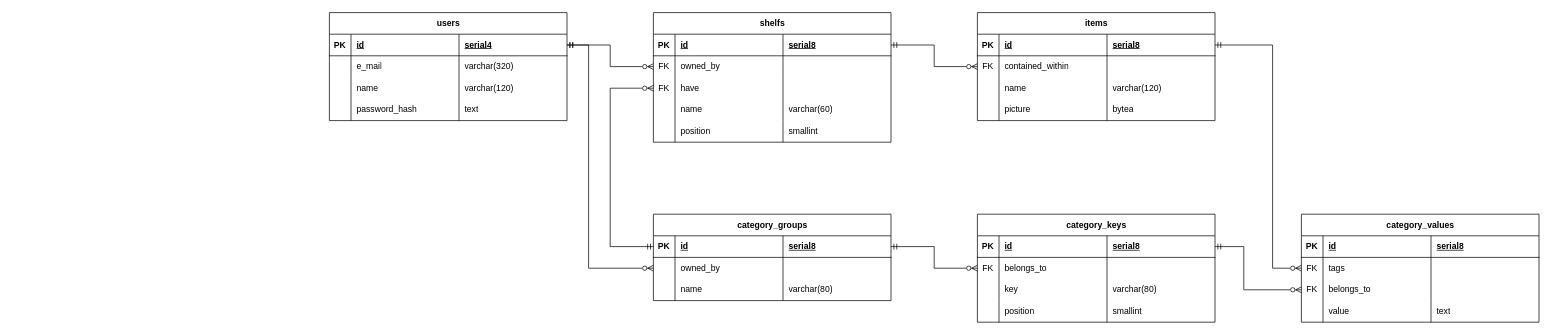
Vulpes0Zerda/archive-wizard-backend keeps this draw.io diagram as docs/infra/TabularERD.drawio. Above is the earlier version. Source tidied: cells renumbered, new cells numbered last; positions are measured from the earlier drawing's top-left corner, leaving out a move shared by most shapes. Both pictures are drawn from the tidied source at 72%, with x=0, y=0 at pixel (329, 12).
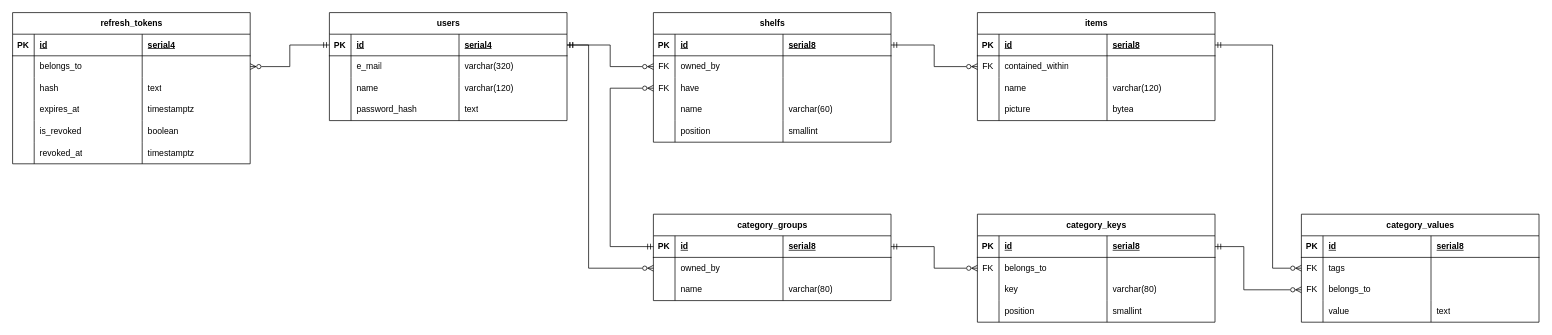
The same diagram, later.

Commit message:
changed tabular erd to incorporate auth refresh tokens

Unchanged cells that the change refers to:
```xml
<mxCell id="3" style="shape=tableRow;horizontal=0;startSize=0;swimlaneHead=0;swimlaneBody=0;fillColor=none;points=[[0,0.5],[1,0.5]];portConstraint=eastwest;top=0;left=0;right=0;bottom=1;" parent="2" vertex="1">
  <mxGeometry y="30" width="330" height="30" as="geometry" />
</mxCell>
```

What changed in the source:
```diff
@@
+    <mxCell id="111" value="refresh_tokens" style="shape=table;startSize=30;childLayout=tableLayout;rowLines=0;fontStyle=1;align=center;html=1;" parent="1" vertex="1">
+      <mxGeometry x="-440" width="330" height="210" as="geometry" />
+    </mxCell>
+    <mxCell id="112" style="shape=tableRow;horizontal=0;startSize=0;swimlaneHead=0;swimlaneBody=0;fillColor=none;top=0;left=0;right=0;bottom=1;" parent="111" vertex="1">
+      <mxGeometry y="30" width="330" height="30" as="geometry" />
+    </mxCell>
+    <mxCell id="113" value="PK" style="shape=partialRectangle;fillColor=none;top=0;left=0;bottom=0;right=0;fontStyle=1;overflow=hidden;whiteSpace=wrap;html=1;" parent="112" vertex="1">
+      <mxGeometry width="30" height="30" as="geometry" />
+    </mxCell>
+    <mxCell id="114" value="id" style="shape=partialRectangle;fillColor=none;top=0;left=0;bottom=0;right=0;align=left;spacingLeft=6;fontStyle=5;overflow=hidden;whiteSpace=wrap;html=1;" parent="112" vertex="1">
+      <mxGeometry x="30" width="150" height="30" as="geometry" />
+    </mxCell>
+    <mxCell id="115" value="serial4" style="shape=partialRectangle;fillColor=none;top=0;left=0;bottom=0;right=0;align=left;spacingLeft=6;fontStyle=5;overflow=hidden;whiteSpace=wrap;html=1;" parent="112" vertex="1">
+      <mxGeometry x="180" width="150" height="30" as="geometry" />
+    </mxCell>
+    <mxCell id="116" style="shape=tableRow;horizontal=0;startSize=0;swimlaneHead=0;swimlaneBody=0;fillColor=none;points=[[0,0.5],[1,0.5]];portConstraint=eastwest;top=0;left=0;right=0;bottom=0;" parent="111" vertex="1">
+      <mxGeometry y="60" width="330" height="30" as="geometry" />
+    </mxCell>
+    <mxCell id="117" style="shape=partialRectangle;fillColor=none;top=0;left=0;bottom=0;right=0;overflow=hidden;whiteSpace=wrap;html=1;" parent="116" vertex="1">
+      <mxGeometry width="30" height="30" as="geometry" />
+    </mxCell>
+    <mxCell id="118" value="belongs_to" style="shape=partialRectangle;fillColor=none;top=0;left=0;bottom=0;right=0;align=left;spacingLeft=6;overflow=hidden;whiteSpace=wrap;html=1;" parent="116" vertex="1">
+      <mxGeometry x="30" width="150" height="30" as="geometry" />
+    </mxCell>
+    <mxCell id="119" style="shape=partialRectangle;fillColor=none;top=0;left=0;bottom=0;right=0;align=left;spacingLeft=6;overflow=hidden;whiteSpace=wrap;html=1;" parent="116" vertex="1">
+      <mxGeometry x="180" width="150" height="30" as="geometry" />
+    </mxCell>
+    <mxCell id="120" style="shape=tableRow;horizontal=0;startSize=0;swimlaneHead=0;swimlaneBody=0;fillColor=none;top=0;left=0;right=0;bottom=0;" parent="111" vertex="1">
+      <mxGeometry y="90" width="330" height="30" as="geometry" />
+    </mxCell>
+    <mxCell id="121" style="shape=partialRectangle;fillColor=none;top=0;left=0;bottom=0;right=0;overflow=hidden;whiteSpace=wrap;html=1;" parent="120" vertex="1">
+      <mxGeometry width="30" height="30" as="geometry" />
+    </mxCell>
+    <mxCell id="122" value="hash" style="shape=partialRectangle;fillColor=none;top=0;left=0;bottom=0;right=0;align=left;spacingLeft=6;overflow=hidden;whiteSpace=wrap;html=1;" parent="120" vertex="1">
+      <mxGeometry x="30" width="150" height="30" as="geometry" />
+    </mxCell>
+    <mxCell id="123" value="text" style="shape=partialRectangle;fillColor=none;top=0;left=0;bottom=0;right=0;align=left;spacingLeft=6;overflow=hidden;whiteSpace=wrap;html=1;" parent="120" vertex="1">
+      <mxGeometry x="180" width="150" height="30" as="geometry" />
+    </mxCell>
+    <mxCell id="124" style="shape=tableRow;horizontal=0;startSize=0;swimlaneHead=0;swimlaneBody=0;fillColor=none;top=0;left=0;right=0;bottom=0;" parent="111" vertex="1">
+      <mxGeometry y="120" width="330" height="30" as="geometry" />
+    </mxCell>
+    <mxCell id="125" style="shape=partialRectangle;fillColor=none;top=0;left=0;bottom=0;right=0;overflow=hidden;whiteSpace=wrap;html=1;" parent="124" vertex="1">
+      <mxGeometry width="30" height="30" as="geometry" />
+    </mxCell>
+    <mxCell id="126" value="expires_at" style="shape=partialRectangle;fillColor=none;top=0;left=0;bottom=0;right=0;align=left;spacingLeft=6;overflow=hidden;whiteSpace=wrap;html=1;" parent="124" vertex="1">
+      <mxGeometry x="30" width="150" height="30" as="geometry" />
+    </mxCell>
+    <mxCell id="127" value="timestamptz" style="shape=partialRectangle;fillColor=none;top=0;left=0;bottom=0;right=0;align=left;spacingLeft=6;overflow=hidden;whiteSpace=wrap;html=1;" parent="124" vertex="1">
+      <mxGeometry x="180" width="150" height="30" as="geometry" />
+    </mxCell>
+    <mxCell id="128" style="shape=tableRow;horizontal=0;startSize=0;swimlaneHead=0;swimlaneBody=0;fillColor=none;top=0;left=0;right=0;bottom=0;" parent="111" vertex="1">
+      <mxGeometry y="150" width="330" height="30" as="geometry" />
+    </mxCell>
+    <mxCell id="129" style="shape=partialRectangle;fillColor=none;top=0;left=0;bottom=0;right=0;overflow=hidden;whiteSpace=wrap;html=1;" parent="128" vertex="1">
+      <mxGeometry width="30" height="30" as="geometry" />
+    </mxCell>
+    <mxCell id="130" value="is_revoked" style="shape=partialRectangle;fillColor=none;top=0;left=0;bottom=0;right=0;align=left;spacingLeft=6;overflow=hidden;whiteSpace=wrap;html=1;" parent="128" vertex="1">
+      <mxGeometry x="30" width="150" height="30" as="geometry" />
+    </mxCell>
+    <mxCell id="131" value="boolean" style="shape=partialRectangle;fillColor=none;top=0;left=0;bottom=0;right=0;align=left;spacingLeft=6;overflow=hidden;whiteSpace=wrap;html=1;" parent="128" vertex="1">
+      <mxGeometry x="180" width="150" height="30" as="geometry" />
+    </mxCell>
+    <mxCell id="132" style="shape=tableRow;horizontal=0;startSize=0;swimlaneHead=0;swimlaneBody=0;fillColor=none;top=0;left=0;right=0;bottom=0;" parent="111" vertex="1">
+      <mxGeometry y="180" width="330" height="30" as="geometry" />
+    </mxCell>
+    <mxCell id="133" style="shape=partialRectangle;fillColor=none;top=0;left=0;bottom=0;right=0;overflow=hidden;whiteSpace=wrap;html=1;" parent="132" vertex="1">
+      <mxGeometry width="30" height="30" as="geometry" />
+    </mxCell>
+    <mxCell id="134" value="revoked_at" style="shape=partialRectangle;fillColor=none;top=0;left=0;bottom=0;right=0;align=left;spacingLeft=6;overflow=hidden;whiteSpace=wrap;html=1;" parent="132" vertex="1">
+      <mxGeometry x="30" width="150" height="30" as="geometry" />
+    </mxCell>
+    <mxCell id="135" value="timestamptz" style="shape=partialRectangle;fillColor=none;top=0;left=0;bottom=0;right=0;align=left;spacingLeft=6;overflow=hidden;whiteSpace=wrap;html=1;" parent="132" vertex="1">
+      <mxGeometry x="180" width="150" height="30" as="geometry" />
+    </mxCell>
+    <mxCell id="136" style="edgeStyle=orthogonalEdgeStyle;rounded=0;jettySize=auto;html=1;exitX=0;exitY=0.5;exitDx=0;exitDy=0;entryX=1;entryY=0.5;entryDx=0;entryDy=0;endArrow=ERzeroToMany;endFill=0;startArrow=ERmandOne;startFill=0;" parent="1" edge="1" source="3" target="116">
+      <mxGeometry relative="1" as="geometry" />
+    </mxCell>
```
